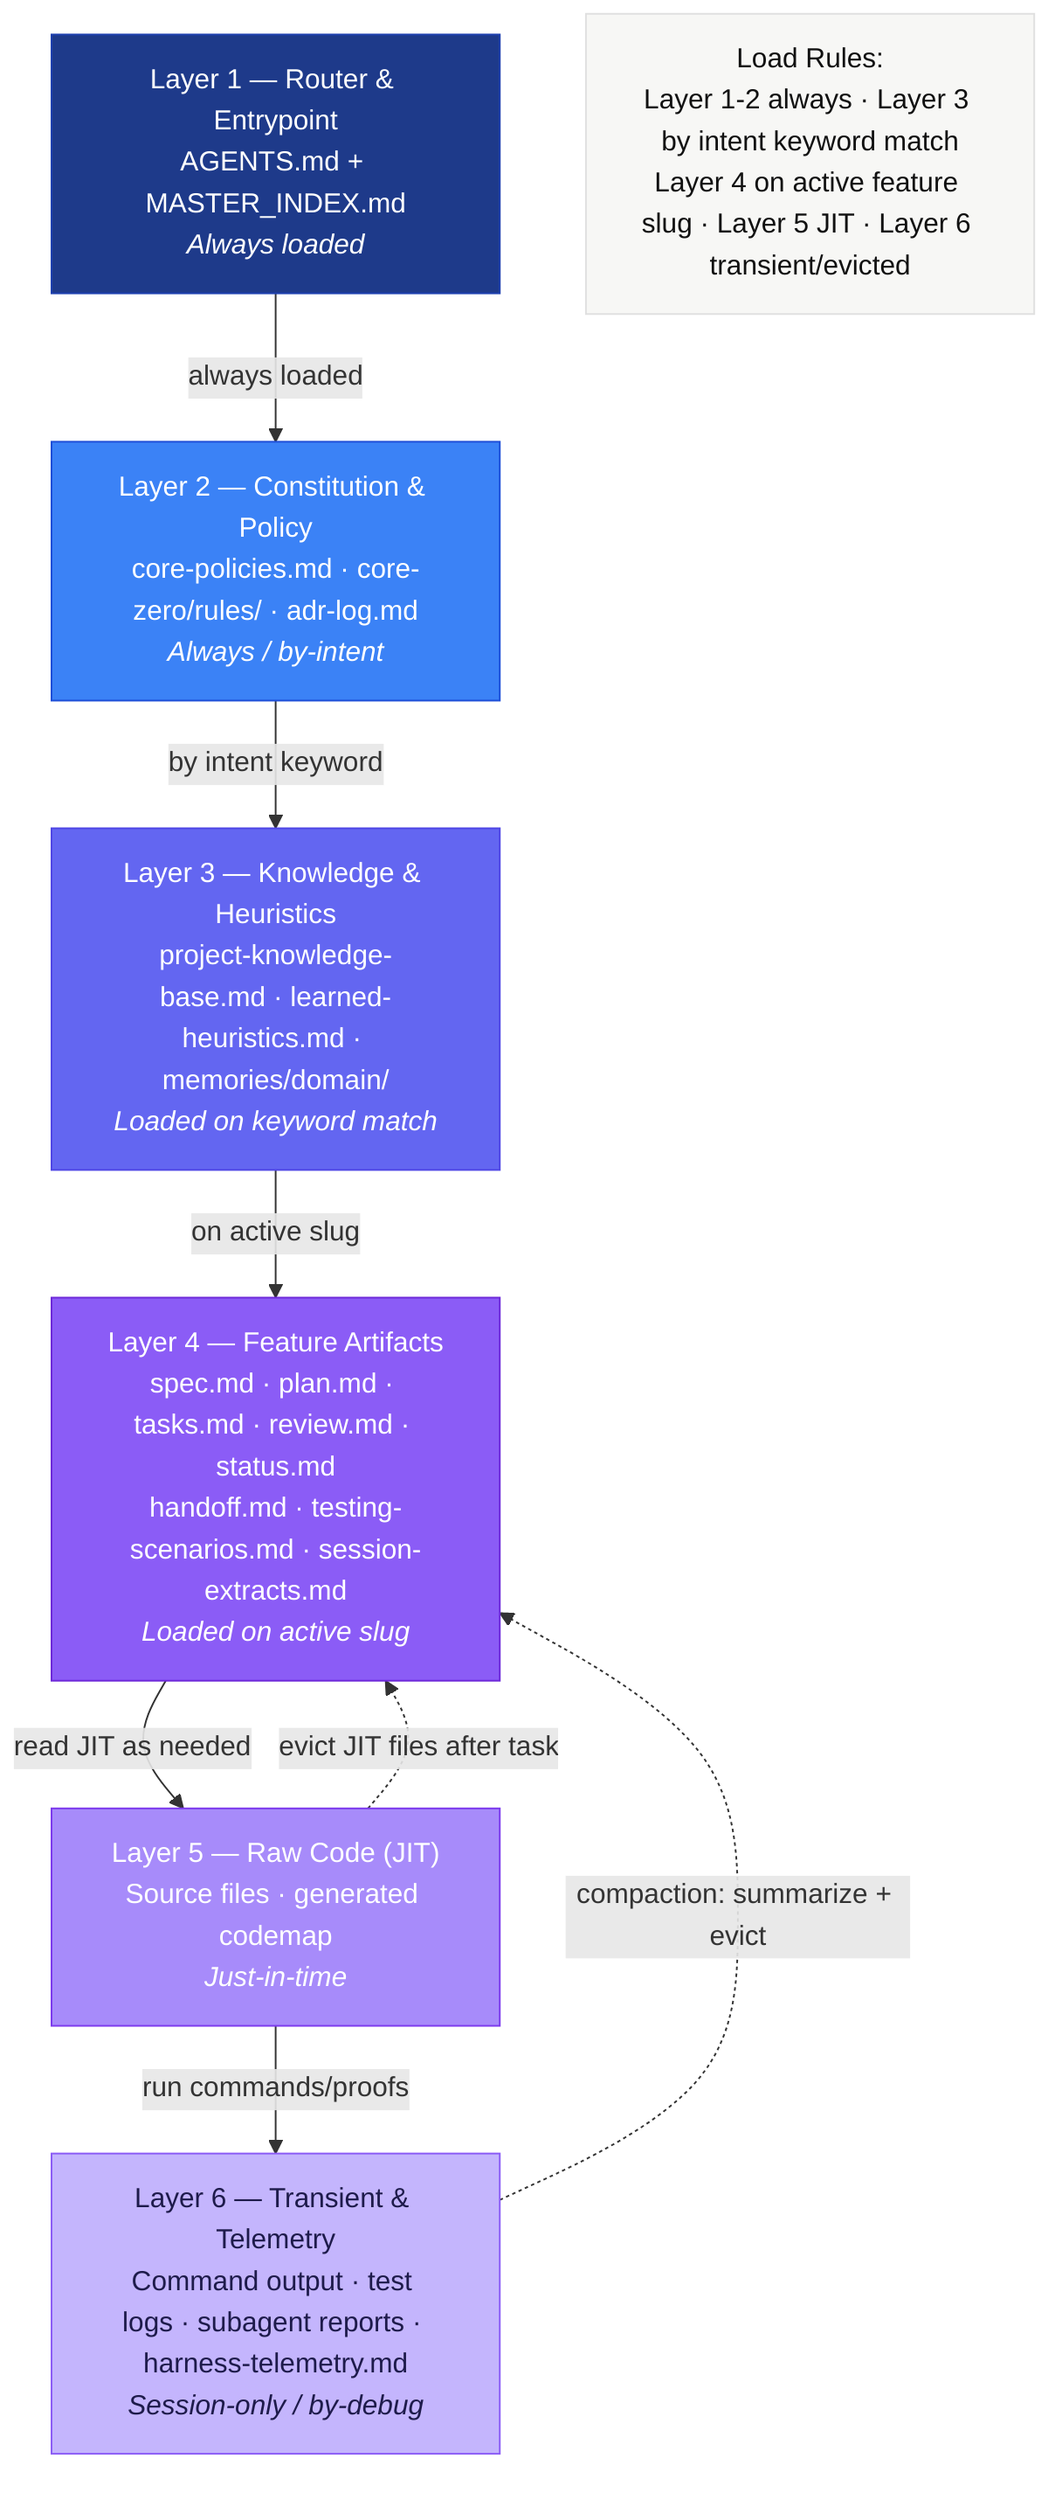
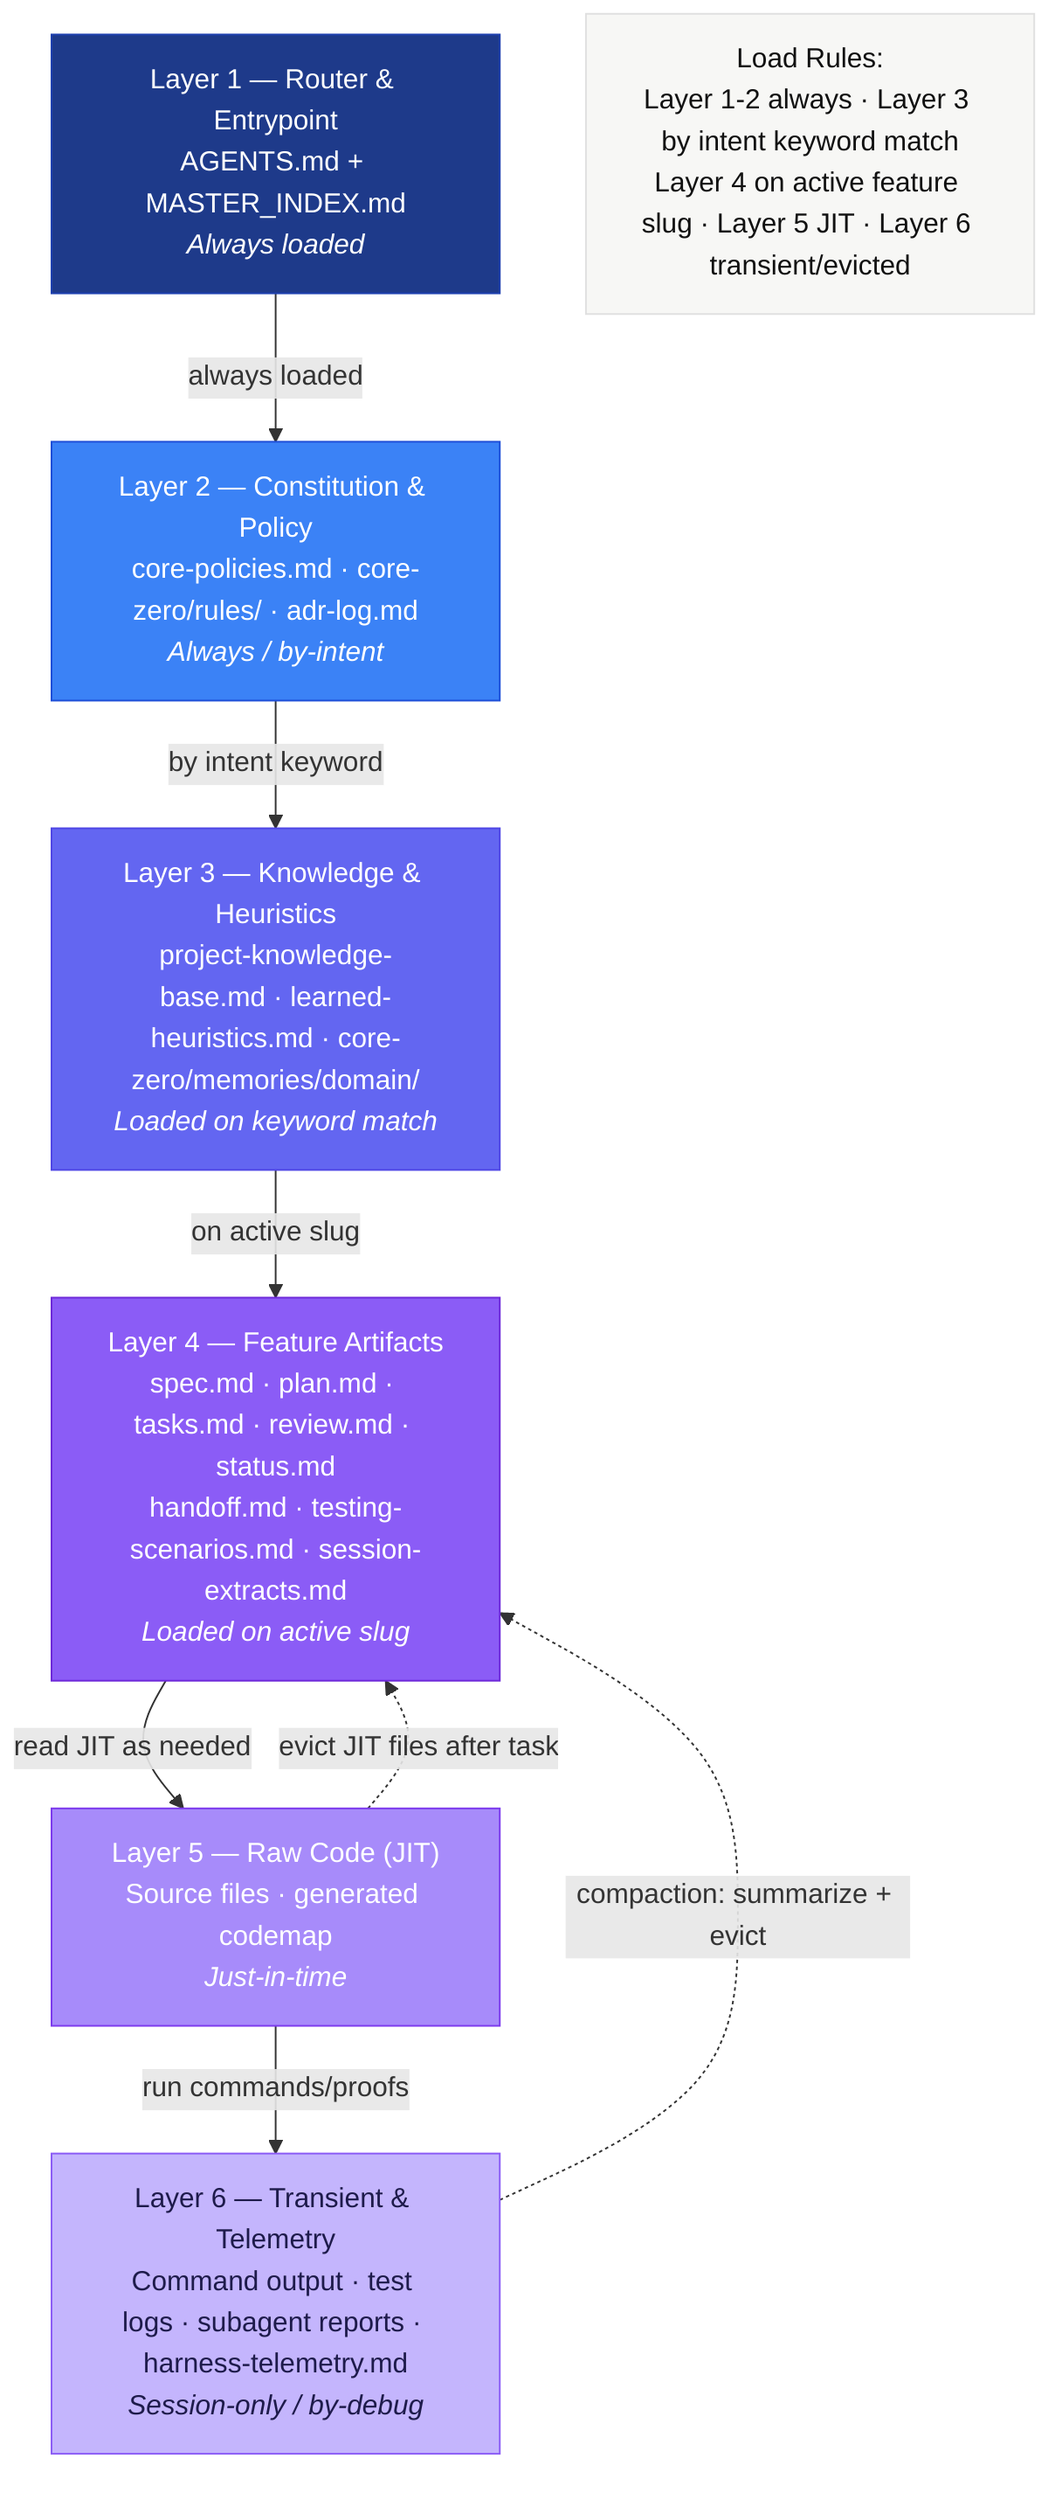
flowchart TB
    %% CoreZero Data Stack — 6 layers, highest signal to lowest

    T1["Layer 1 — Router &amp; Entrypoint<br/>AGENTS.md + MASTER_INDEX.md<br/><em>Always loaded</em>"]:::t1
    T2["Layer 2 — Constitution &amp; Policy<br/>core-policies.md · core-zero/rules/ · adr-log.md<br/><em>Always / by-intent</em>"]:::t2
-     T3["Layer 3 — Knowledge &amp; Heuristics<br/>project-knowledge-base.md · learned-heuristics.md · memories/domain/<br/><em>Loaded on keyword match</em>"]:::t3
+     T3["Layer 3 — Knowledge &amp; Heuristics<br/>project-knowledge-base.md · learned-heuristics.md · core-zero/memories/domain/<br/><em>Loaded on keyword match</em>"]:::t3
    T4["Layer 4 — Feature Artifacts<br/>spec.md · plan.md · tasks.md · review.md · status.md<br/>handoff.md · testing-scenarios.md · session-extracts.md<br/><em>Loaded on active slug</em>"]:::t4
    T5["Layer 5 — Raw Code (JIT)<br/>Source files · generated codemap<br/><em>Just-in-time</em>"]:::t5
    T6["Layer 6 — Transient &amp; Telemetry<br/>Command output · test logs · subagent reports · harness-telemetry.md<br/><em>Session-only / by-debug</em>"]:::t6

    T1 -->|always loaded| T2
    T2 -->|by intent keyword| T3
    T3 -->|on active slug| T4
    T4 -->|read JIT as needed| T5
    T5 -->|run commands/proofs| T6

    T6 -.->|compaction: summarize + evict| T4
    T5 -.->|evict JIT files after task| T4

    LOAD["Load Rules:<br/>Layer 1-2 always · Layer 3 by intent keyword match<br/>Layer 4 on active feature slug · Layer 5 JIT · Layer 6 transient/evicted"]:::note

    classDef default fill:#f7f7f5,stroke:#e0e0e0,color:#111
    classDef t1 fill:#1e3a8a,stroke:#1e40af,color:#fff
    classDef t2 fill:#3b82f6,stroke:#1d4ed8,color:#fff
    classDef t3 fill:#6366f1,stroke:#4f46e5,color:#fff
    classDef t4 fill:#8b5cf6,stroke:#6d28d9,color:#fff
    classDef t5 fill:#a78bfa,stroke:#7c3aed,color:#fff
    classDef t6 fill:#c4b5fd,stroke:#8b5cf6,color:#1e1b4b
    classDef note fill:#f7f7f5,stroke:#e0e0e0,color:#111
